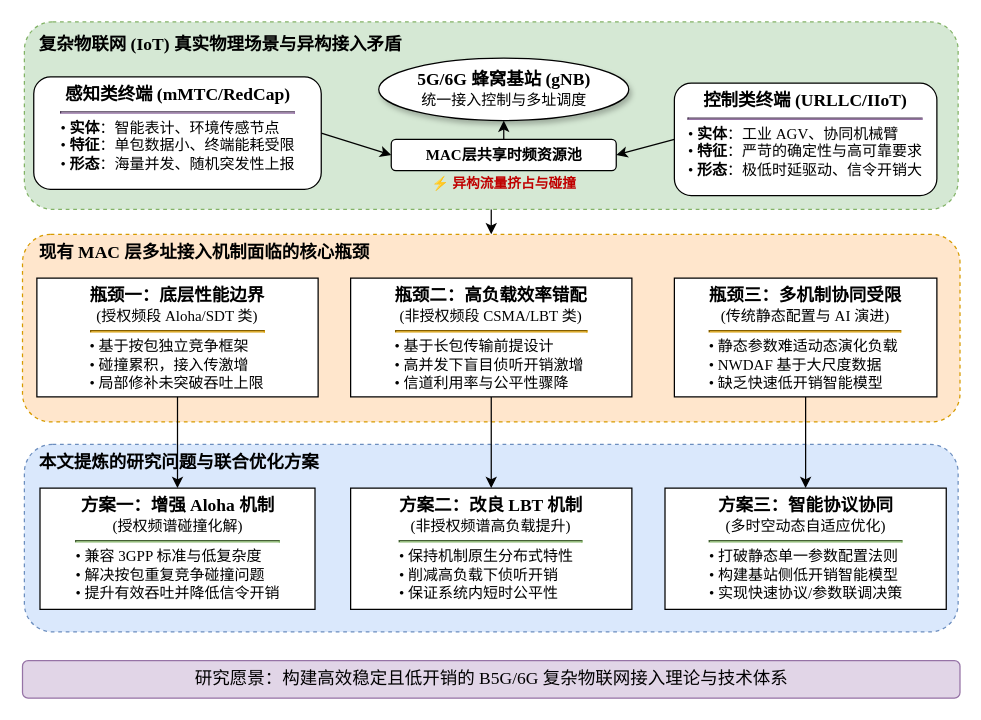
Above: page "问题背景:IOT现状挑战" (3 of 13) of drawio流程框图.drawio in Aworrier/zzzwl-big_paper (draw.io), before the change. Source tidied: cells renumbered, new cells numbered last; positions are measured from the earlier drawing's top-left corner, leaving out a move shared by most shapes. Both pictures are drawn from the tidied source at 125%, with x=0, y=0 at pixel (21, 21).
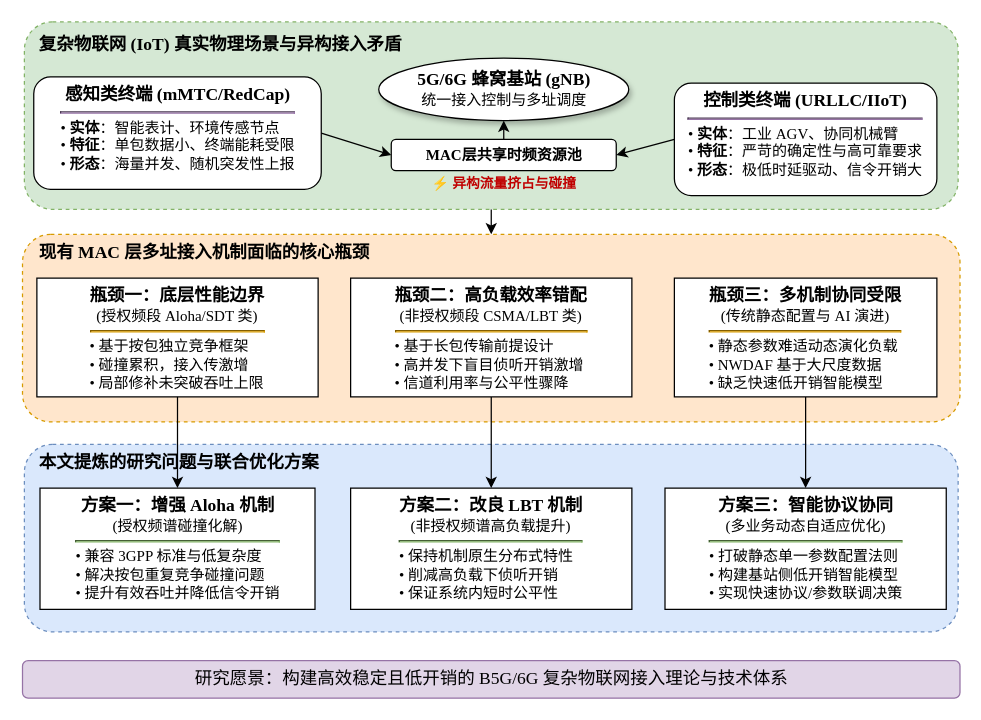
Above is the later version.

The change refers to these unchanged cells:
```xml
<mxCell id="2" style="group;labelBackgroundColor=none;html=1;convertToSvg=1;autosizeText=1;" parent="1" vertex="1">
  <mxGeometry x="0.5" width="750" height="541" as="geometry" />
</mxCell>
```

What changed in the source:
```diff
@@
-    <mxCell id="18" value="&lt;b style=&quot;font-size: 14px;&quot;&gt;方案三：智能协议协同&lt;/b&gt;&lt;br&gt;&lt;span style=&quot;font-size: 12px;&quot;&gt;(多时空动态自适应优化)&lt;/span&gt;&lt;hr style=&quot;border-color:#82b366;margin-top:4px;margin-bottom:4px;&quot;&gt;&lt;div style=&quot;font-size: 12px; text-align: left;&quot;&gt;• 打破静态单一参数配置法则&lt;br&gt;• 构建基站侧低开销智能模型&lt;br&gt;• 实现快速协议/参数联调决策&lt;/div&gt;" style="rounded=0;whiteSpace=wrap;html=1;align=center;verticalAlign=top;paddingTop=5;paddingLeft=8;paddingRight=8;fontFamily=Times New Roman, SimSun;labelBackgroundColor=none;" parent="2" vertex="1">
+    <mxCell id="18" value="&lt;b style=&quot;font-size: 14px;&quot;&gt;方案三：智能协议协同&lt;/b&gt;&lt;br&gt;&lt;span style=&quot;font-size: 12px;&quot;&gt;(多业务动态自适应优化)&lt;/span&gt;&lt;hr style=&quot;border-color:#82b366;margin-top:4px;margin-bottom:4px;&quot;&gt;&lt;div style=&quot;font-size: 12px; text-align: left;&quot;&gt;• 打破静态单一参数配置法则&lt;br&gt;• 构建基站侧低开销智能模型&lt;br&gt;• 实现快速协议/参数联调决策&lt;/div&gt;" style="rounded=0;whiteSpace=wrap;html=1;align=center;verticalAlign=top;paddingTop=5;paddingLeft=8;paddingRight=8;fontFamily=Times New Roman, SimSun;labelBackgroundColor=none;" parent="2" vertex="1">
       <mxGeometry x="514" y="373" width="225" height="97" as="geometry" />
     </mxCell>
```
